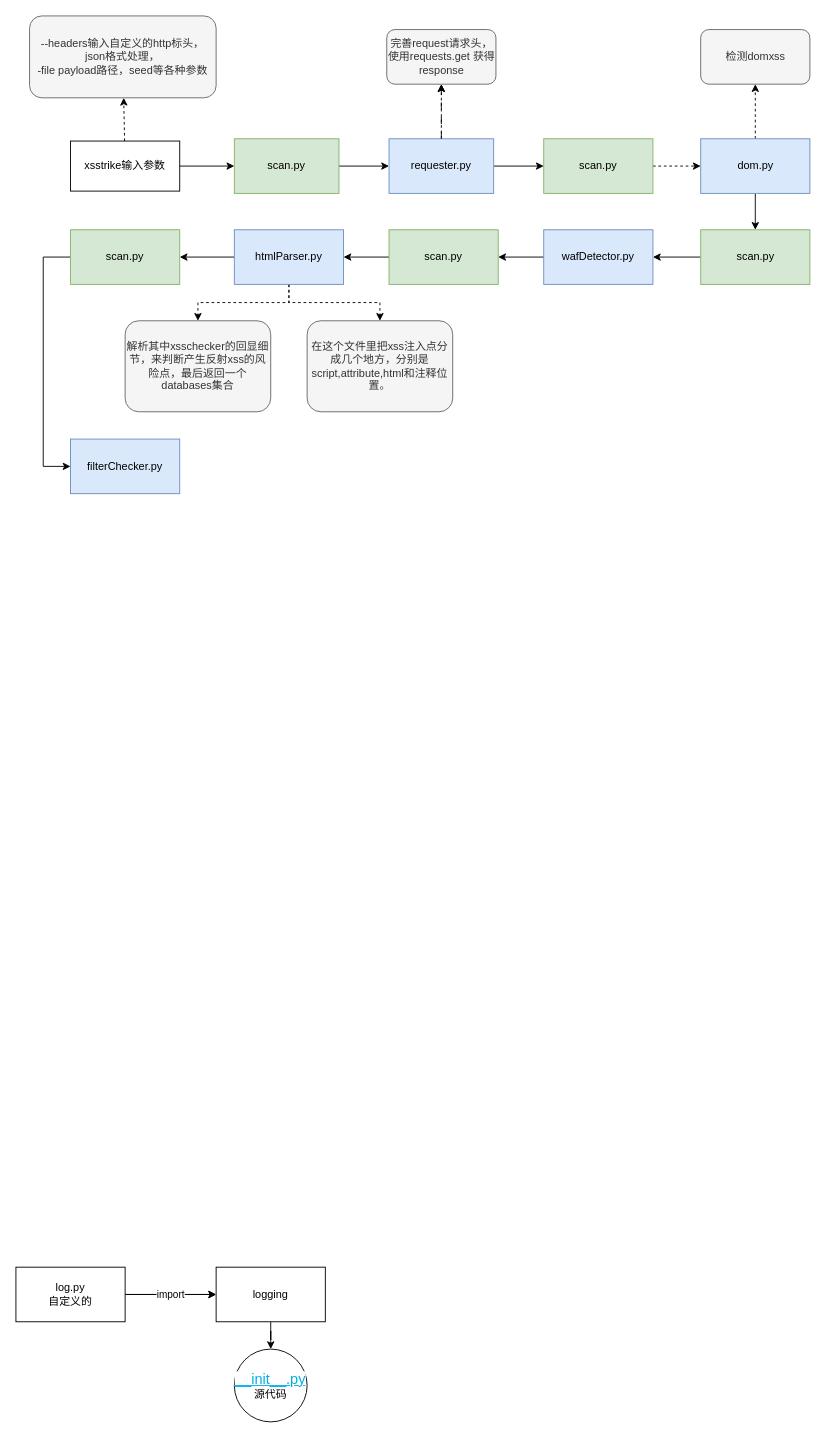
The draw.io diagram page "第 1 页" (1 of 2) of xsstrike 反射xss流程.drawio in chenyk320/work, before the edit. Source tidied: cells renumbered, new cells numbered last; positions are measured from the earlier drawing's top-left corner, leaving out a move shared by most shapes. Both pictures are drawn from the tidied source at 91%, with x=0, y=0 at pixel (15, 15).
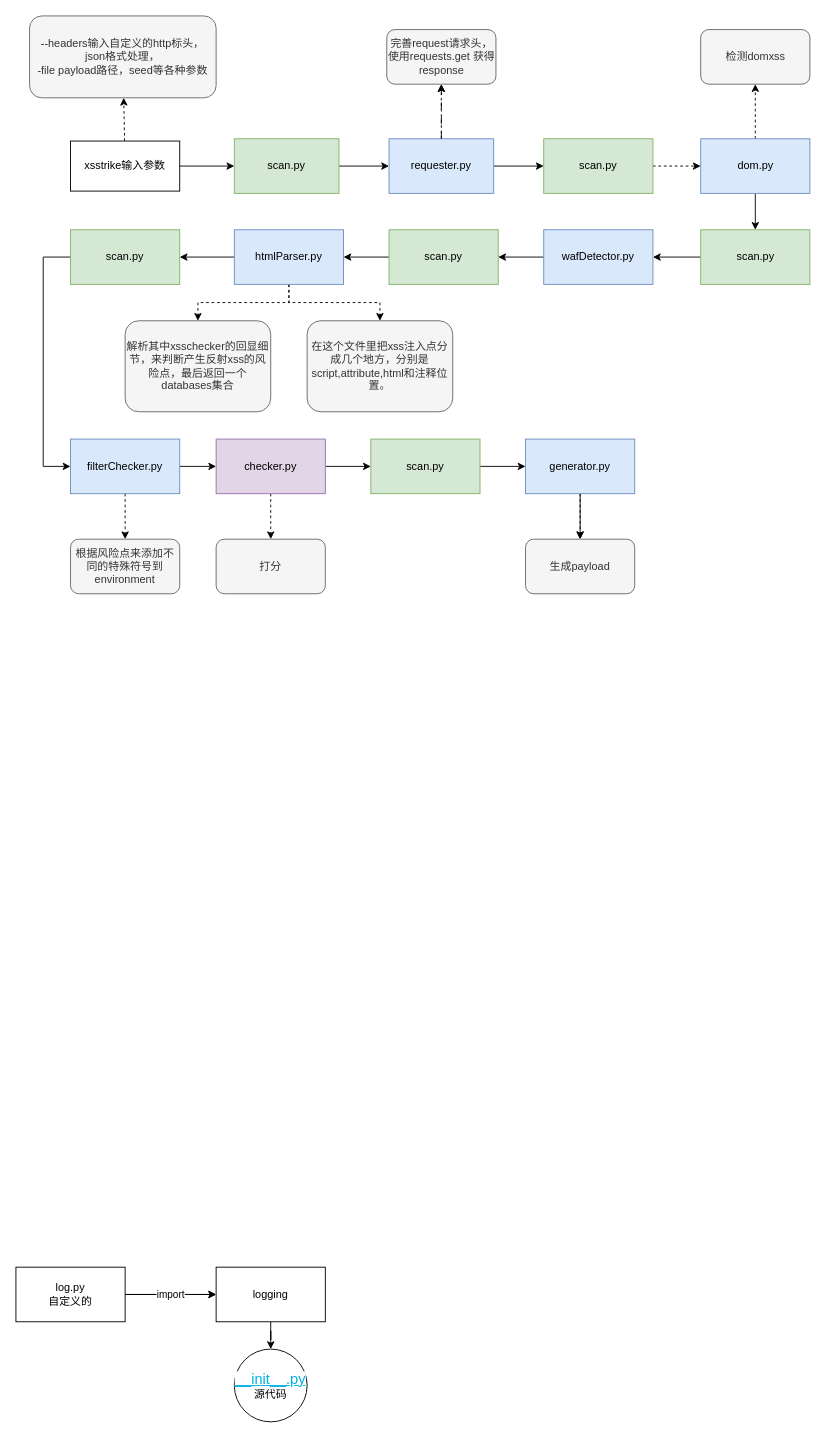
The same diagram, later.

Commit message:
更新xsstrike 反射xss流程.drawio

The change refers to these unchanged cells:
```xml
<mxCell id="40" value="filterChecker.py" style="whiteSpace=wrap;html=1;fillColor=#dae8fc;strokeColor=#6c8ebf;rounded=0;" parent="1" vertex="1">
  <mxGeometry x="60" y="465" width="120" height="60" as="geometry" />
</mxCell>
```

Diff of the diagram source:
```diff
@@
+    <mxCell id="42" style="edgeStyle=orthogonalEdgeStyle;rounded=0;jettySize=auto;html=1;" parent="1" edge="1" source="40" target="46">
+      <mxGeometry relative="1" as="geometry" />
+    </mxCell>
+    <mxCell id="43" style="edgeStyle=orthogonalEdgeStyle;rounded=0;jettySize=auto;html=1;dashed=1;" parent="1" edge="1" source="40" target="47">
+      <mxGeometry relative="1" as="geometry" />
+    </mxCell>
@@
+    <mxCell id="44" style="edgeStyle=orthogonalEdgeStyle;rounded=0;jettySize=auto;html=1;dashed=1;" parent="1" edge="1" source="46" target="48">
+      <mxGeometry relative="1" as="geometry" />
+    </mxCell>
+    <mxCell id="45" style="edgeStyle=orthogonalEdgeStyle;rounded=0;jettySize=auto;html=1;" parent="1" edge="1" source="46" target="50">
+      <mxGeometry relative="1" as="geometry" />
+    </mxCell>
+    <mxCell id="46" value="checker.py" style="whiteSpace=wrap;html=1;fillColor=#e1d5e7;strokeColor=#9673a6;rounded=0;" parent="1" vertex="1">
+      <mxGeometry x="220" y="465" width="120" height="60" as="geometry" />
+    </mxCell>
+    <mxCell id="47" value="根据风险点来添加不同的特殊符号到environment" style="whiteSpace=wrap;html=1;fillColor=#f5f5f5;strokeColor=#666666;rounded=1;fontColor=#333333;" parent="1" vertex="1">
+      <mxGeometry x="60" y="575" width="120" height="60" as="geometry" />
+    </mxCell>
+    <mxCell id="48" value="打分" style="whiteSpace=wrap;html=1;fillColor=#f5f5f5;strokeColor=#666666;rounded=1;fontColor=#333333;" parent="1" vertex="1">
+      <mxGeometry x="220" y="575" width="120" height="60" as="geometry" />
+    </mxCell>
+    <mxCell id="49" style="edgeStyle=orthogonalEdgeStyle;rounded=0;jettySize=auto;html=1;" parent="1" edge="1" source="50" target="53">
+      <mxGeometry relative="1" as="geometry" />
+    </mxCell>
+    <mxCell id="50" value="scan.py" style="whiteSpace=wrap;html=1;fillColor=#d5e8d4;strokeColor=#82b366;rounded=0;" parent="1" vertex="1">
+      <mxGeometry x="390" y="465" width="120" height="60" as="geometry" />
+    </mxCell>
+    <mxCell id="51" style="edgeStyle=orthogonalEdgeStyle;rounded=0;jettySize=auto;html=1;" parent="1" edge="1" source="53" target="54">
+      <mxGeometry relative="1" as="geometry" />
+    </mxCell>
+    <mxCell id="52" style="edgeStyle=orthogonalEdgeStyle;rounded=0;jettySize=auto;html=1;dashed=1;" parent="1" edge="1" source="53" target="54">
+      <mxGeometry relative="1" as="geometry" />
+    </mxCell>
+    <mxCell id="53" value="generator.py" style="whiteSpace=wrap;html=1;fillColor=#dae8fc;strokeColor=#6c8ebf;rounded=0;" parent="1" vertex="1">
+      <mxGeometry x="560" y="465" width="120" height="60" as="geometry" />
+    </mxCell>
+    <mxCell id="54" value="生成payload" style="whiteSpace=wrap;html=1;fillColor=#f5f5f5;strokeColor=#666666;rounded=1;fontColor=#333333;" parent="1" vertex="1">
+      <mxGeometry x="560" y="575" width="120" height="60" as="geometry" />
+    </mxCell>
```
